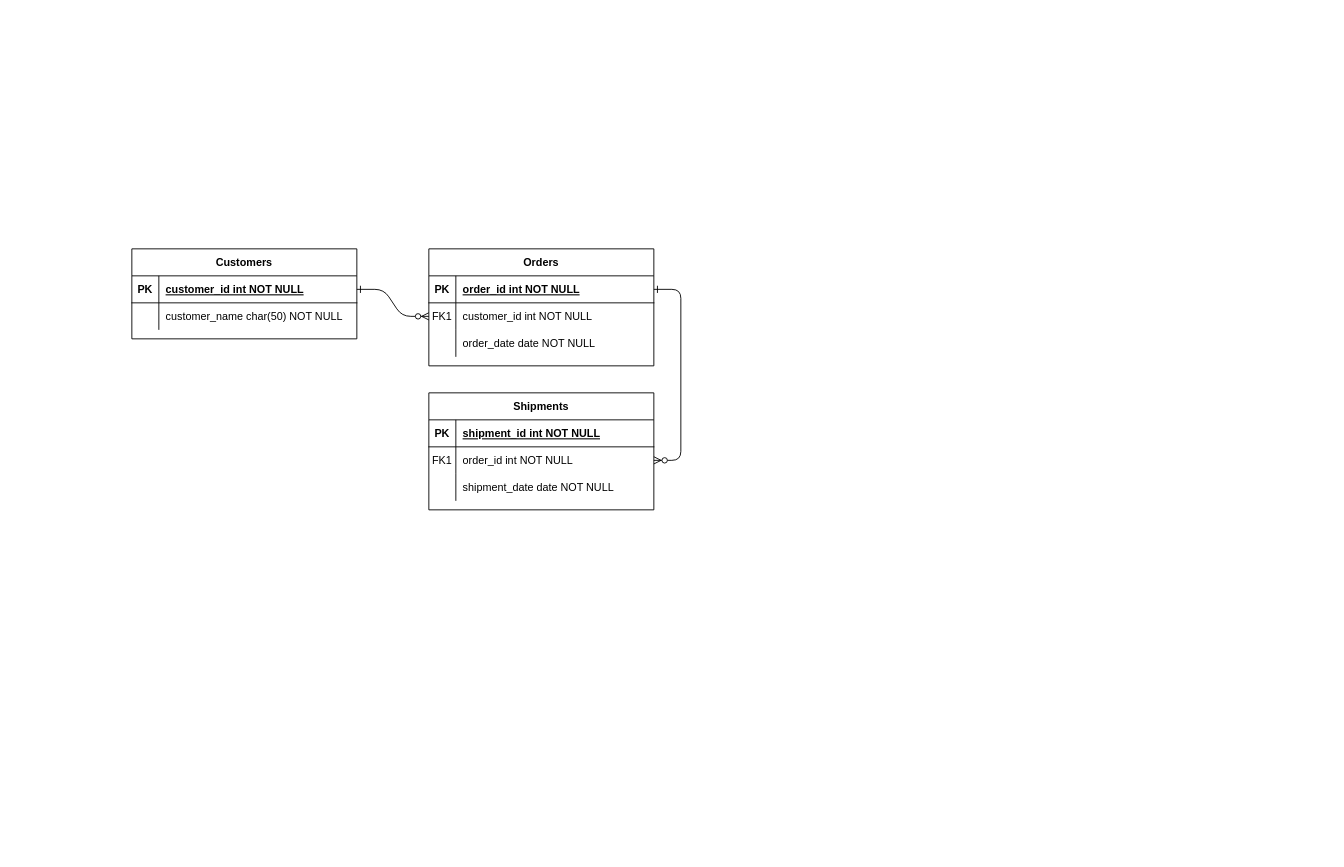
Earlier version of the draw.io diagram 未命名绘图.drawio (Hu1999824/hello-world). Source tidied: cells renumbered, new cells numbered last; positions are measured from the earlier drawing's top-left corner, leaving out a move shared by most shapes. Both pictures are drawn from the tidied source at 90%, with x=0, y=0 at pixel (131, 248).
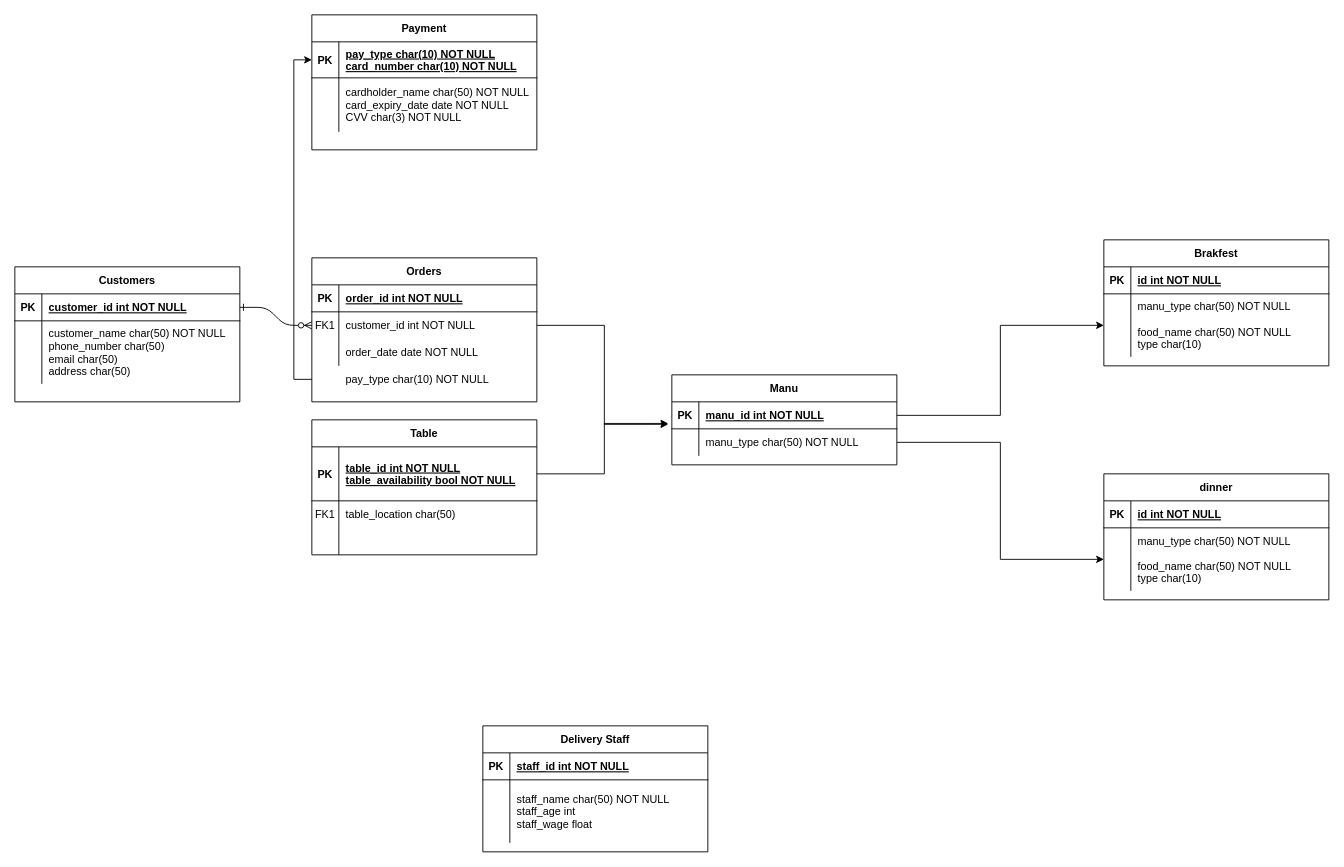
The same page after the edit.

The change refers to these unchanged cells:
```xml
<mxCell id="5" style="shape=partialRectangle;fillColor=none;points=[[0,0.5],[1,0.5]];portConstraint=eastwest;top=0;left=0;right=0;bottom=1;" parent="4" vertex="1">
  <mxGeometry y="30" width="250" height="30" as="geometry" />
</mxCell>
<mxCell id="8" style="shape=partialRectangle;fillColor=none;points=[[0,0.5],[1,0.5]];portConstraint=eastwest;top=0;left=0;right=0;bottom=0;" parent="4" vertex="1">
  <mxGeometry y="60" width="250" height="30" as="geometry" />
</mxCell>
```

What changed in the source:
```diff
@@
-    <mxCell id="3" style="edgeStyle=entityRelationEdgeStyle;endArrow=ERzeroToMany;startArrow=ERone;endFill=1;startFill=0;" parent="1" edge="1" source="5" target="18">
-      <mxGeometry relative="1" as="geometry" />
-    </mxCell>
     <mxCell id="4" value="Orders" style="shape=table;startSize=30;childLayout=tableLayout;rowLines=0;fontStyle=1;align=center;" parent="1" vertex="1">
-      <mxGeometry x="330" width="250" height="130" as="geometry" />
+      <mxGeometry x="200" y="10" width="250" height="160" as="geometry" />
     </mxCell>
@@
-    <mxCell id="14" value="Shipments" style="shape=table;startSize=30;childLayout=tableLayout;rowLines=0;fontStyle=1;align=center;" parent="1" vertex="1">
-      <mxGeometry x="330" y="160" width="250" height="130" as="geometry" />
+    <mxCell id="14" value="Table" style="shape=table;startSize=30;childLayout=tableLayout;rowLines=0;fontStyle=1;align=center;" parent="1" vertex="1">
+      <mxGeometry x="200" y="190" width="250" height="150" as="geometry" />
     </mxCell>
     <mxCell id="15" style="shape=partialRectangle;fillColor=none;points=[[0,0.5],[1,0.5]];portConstraint=eastwest;top=0;left=0;right=0;bottom=1;" parent="14" vertex="1">
-      <mxGeometry y="30" width="250" height="30" as="geometry" />
+      <mxGeometry y="30" width="250" height="60" as="geometry" />
     </mxCell>
     <mxCell id="16" value="PK" style="shape=partialRectangle;overflow=hidden;fillColor=none;top=0;left=0;bottom=0;right=0;fontStyle=1;" parent="15" vertex="1">
-      <mxGeometry width="30" height="30" as="geometry" />
+      <mxGeometry width="30" height="60" as="geometry" />
     </mxCell>
-    <mxCell id="17" value="shipment_id int NOT NULL " style="shape=partialRectangle;overflow=hidden;fillColor=none;top=0;left=0;bottom=0;right=0;align=left;spacingLeft=6;fontStyle=5;" parent="15" vertex="1">
-      <mxGeometry x="30" width="220" height="30" as="geometry" />
+    <mxCell id="17" value="table_id int NOT NULL&#10;table_availability bool NOT NULL" style="shape=partialRectangle;overflow=hidden;fillColor=none;top=0;left=0;bottom=0;right=0;align=left;spacingLeft=6;fontStyle=5;" parent="15" vertex="1">
+      <mxGeometry x="30" width="220" height="60" as="geometry" />
     </mxCell>
     <mxCell id="18" style="shape=partialRectangle;fillColor=none;points=[[0,0.5],[1,0.5]];portConstraint=eastwest;top=0;left=0;right=0;bottom=0;" parent="14" vertex="1">
-      <mxGeometry y="60" width="250" height="30" as="geometry" />
+      <mxGeometry y="90" width="250" height="30" as="geometry" />
     </mxCell>
@@
-    <mxCell id="20" value="order_id int NOT NULL" style="shape=partialRectangle;overflow=hidden;fillColor=none;top=0;left=0;bottom=0;right=0;align=left;spacingLeft=6;" parent="18" vertex="1">
+    <mxCell id="20" value="table_location char(50)" style="shape=partialRectangle;overflow=hidden;fillColor=none;top=0;left=0;bottom=0;right=0;align=left;spacingLeft=6;" parent="18" vertex="1">
       <mxGeometry x="30" width="220" height="30" as="geometry" />
     </mxCell>
     <mxCell id="21" style="shape=partialRectangle;fillColor=none;top=0;left=0;right=0;bottom=0;" parent="14" vertex="1">
-      <mxGeometry y="90" width="250" height="30" as="geometry" />
+      <mxGeometry y="120" width="250" height="30" as="geometry" />
     </mxCell>
@@
-    <mxCell id="23" value="shipment_date date NOT NULL" style="shape=partialRectangle;overflow=hidden;fillColor=none;top=0;left=0;bottom=0;right=0;align=left;spacingLeft=6;" parent="21" vertex="1">
+    <mxCell id="23" style="shape=partialRectangle;overflow=hidden;fillColor=none;top=0;left=0;bottom=0;right=0;align=left;spacingLeft=6;" parent="21" vertex="1">
       <mxGeometry x="30" width="220" height="30" as="geometry" />
     </mxCell>
     <mxCell id="24" value="Customers" style="shape=table;startSize=30;childLayout=tableLayout;rowLines=0;fontStyle=1;align=center;" parent="1" vertex="1">
-      <mxGeometry width="250" height="100" as="geometry" />
+      <mxGeometry x="-130" y="20" width="250" height="150" as="geometry" />
     </mxCell>
@@
     <mxCell id="28" style="shape=partialRectangle;fillColor=none;top=0;left=0;right=0;bottom=0;" parent="24" vertex="1">
-      <mxGeometry y="60" width="250" height="30" as="geometry" />
+      <mxGeometry y="60" width="250" height="70" as="geometry" />
     </mxCell>
     <mxCell id="29" style="shape=partialRectangle;overflow=hidden;fillColor=none;top=0;left=0;bottom=0;right=0;" parent="28" vertex="1">
-      <mxGeometry width="30" height="30" as="geometry" />
+      <mxGeometry width="30" height="70" as="geometry" />
     </mxCell>
-    <mxCell id="30" value="customer_name char(50) NOT NULL" style="shape=partialRectangle;overflow=hidden;fillColor=none;top=0;left=0;bottom=0;right=0;align=left;spacingLeft=6;" parent="28" vertex="1">
-      <mxGeometry x="30" width="220" height="30" as="geometry" />
+    <mxCell id="30" value="customer_name char(50) NOT NULL&#10;phone_number char(50)&#10;email char(50)&#10;address char(50)" style="shape=partialRectangle;overflow=hidden;fillColor=none;top=0;left=0;bottom=0;right=0;align=left;spacingLeft=6;" parent="28" vertex="1">
+      <mxGeometry x="30" width="220" height="70" as="geometry" />
     </mxCell>
+    <mxCell id="31" value="Delivery Staff" style="shape=table;startSize=30;childLayout=tableLayout;rowLines=0;fontStyle=1;align=center;" parent="1" vertex="1">
+      <mxGeometry x="390" y="530" width="250" height="140" as="geometry" />
+    </mxCell>
+    <mxCell id="32" style="shape=partialRectangle;fillColor=none;top=0;left=0;right=0;bottom=1;" parent="31" vertex="1">
+      <mxGeometry y="30" width="250" height="30" as="geometry" />
+    </mxCell>
+    <mxCell id="33" value="PK" style="shape=partialRectangle;overflow=hidden;fillColor=none;top=0;left=0;bottom=0;right=0;fontStyle=1;" parent="32" vertex="1">
+      <mxGeometry width="30" height="30" as="geometry" />
+    </mxCell>
+    <mxCell id="34" value="staff_id int NOT NULL " style="shape=partialRectangle;overflow=hidden;fillColor=none;top=0;left=0;bottom=0;right=0;align=left;spacingLeft=6;fontStyle=5;" parent="32" vertex="1">
+      <mxGeometry x="30" width="220" height="30" as="geometry" />
+    </mxCell>
+    <mxCell id="35" style="shape=partialRectangle;fillColor=none;top=0;left=0;right=0;bottom=0;" parent="31" vertex="1">
+      <mxGeometry y="60" width="250" height="70" as="geometry" />
+    </mxCell>
+    <mxCell id="36" style="shape=partialRectangle;overflow=hidden;fillColor=none;top=0;left=0;bottom=0;right=0;" parent="35" vertex="1">
+      <mxGeometry width="30" height="70" as="geometry" />
+    </mxCell>
+    <mxCell id="37" value="staff_name char(50) NOT NULL&#10;staff_age int &#10;staff_wage float" style="shape=partialRectangle;overflow=hidden;fillColor=none;top=0;left=0;bottom=0;right=0;align=left;spacingLeft=6;" parent="35" vertex="1">
+      <mxGeometry x="30" width="220" height="70" as="geometry" />
+    </mxCell>
+    <mxCell id="38" value="Manu" style="shape=table;startSize=30;childLayout=tableLayout;rowLines=0;fontStyle=1;align=center;" parent="1" vertex="1">
+      <mxGeometry x="600" y="140" width="250" height="100" as="geometry" />
+    </mxCell>
+    <mxCell id="39" style="shape=partialRectangle;fillColor=none;points=[[0,0.5],[1,0.5]];portConstraint=eastwest;top=0;left=0;right=0;bottom=1;" parent="38" vertex="1">
+      <mxGeometry y="30" width="250" height="30" as="geometry" />
+    </mxCell>
+    <mxCell id="40" value="PK" style="shape=partialRectangle;overflow=hidden;fillColor=none;top=0;left=0;bottom=0;right=0;fontStyle=1;" parent="39" vertex="1">
+      <mxGeometry width="30" height="30" as="geometry" />
+    </mxCell>
+    <mxCell id="41" value="manu_id int NOT NULL " style="shape=partialRectangle;overflow=hidden;fillColor=none;top=0;left=0;bottom=0;right=0;align=left;spacingLeft=6;fontStyle=5;" parent="39" vertex="1">
+      <mxGeometry x="30" width="220" height="30" as="geometry" />
+    </mxCell>
+    <mxCell id="42" style="shape=partialRectangle;fillColor=none;points=[[0,0.5],[1,0.5]];portConstraint=eastwest;top=0;left=0;right=0;bottom=0;" parent="38" vertex="1">
+      <mxGeometry y="60" width="250" height="30" as="geometry" />
+    </mxCell>
+    <mxCell id="43" style="shape=partialRectangle;overflow=hidden;fillColor=none;top=0;left=0;bottom=0;right=0;" parent="42" vertex="1">
+      <mxGeometry width="30" height="30" as="geometry" />
+    </mxCell>
+    <mxCell id="44" value="manu_type char(50) NOT NULL" style="shape=partialRectangle;overflow=hidden;fillColor=none;top=0;left=0;bottom=0;right=0;align=left;spacingLeft=6;" parent="42" vertex="1">
+      <mxGeometry x="30" width="220" height="30" as="geometry" />
+    </mxCell>
+    <mxCell id="45" value="Brakfest" style="shape=table;startSize=30;childLayout=tableLayout;rowLines=0;fontStyle=1;align=center;" parent="1" vertex="1">
+      <mxGeometry x="1080" y="-10" width="250" height="140" as="geometry" />
+    </mxCell>
+    <mxCell id="46" style="shape=partialRectangle;fillColor=none;top=0;left=0;right=0;bottom=1;" parent="45" vertex="1">
+      <mxGeometry y="30" width="250" height="30" as="geometry" />
+    </mxCell>
+    <mxCell id="47" value="PK" style="shape=partialRectangle;overflow=hidden;fillColor=none;top=0;left=0;bottom=0;right=0;fontStyle=1;" parent="46" vertex="1">
+      <mxGeometry width="30" height="30" as="geometry" />
+    </mxCell>
+    <mxCell id="48" value="id int NOT NULL " style="shape=partialRectangle;overflow=hidden;fillColor=none;top=0;left=0;bottom=0;right=0;align=left;spacingLeft=6;fontStyle=5;" parent="46" vertex="1">
+      <mxGeometry x="30" width="220" height="30" as="geometry" />
+    </mxCell>
+    <mxCell id="49" style="shape=partialRectangle;fillColor=none;points=[[0,0.5],[1,0.5]];portConstraint=eastwest;top=0;left=0;right=0;bottom=0;" parent="45" vertex="1">
+      <mxGeometry y="60" width="250" height="70" as="geometry" />
+    </mxCell>
+    <mxCell id="50" style="shape=partialRectangle;overflow=hidden;fillColor=none;top=0;left=0;bottom=0;right=0;" parent="49" vertex="1">
+      <mxGeometry width="30" height="70" as="geometry" />
+    </mxCell>
+    <mxCell id="51" value="manu_type char(50) NOT NULL&#10;&#10;food_name char(50) NOT NULL &#10;type char(10)" style="shape=partialRectangle;overflow=hidden;fillColor=none;top=0;left=0;bottom=0;right=0;align=left;spacingLeft=6;" parent="49" vertex="1">
+      <mxGeometry x="30" width="220" height="70" as="geometry" />
+    </mxCell>
+    <mxCell id="52" style="edgeStyle=orthogonalEdgeStyle;rounded=0;jettySize=auto;html=1;exitX=1;exitY=0.5;exitDx=0;exitDy=0;entryX=-0.016;entryY=0.8;entryDx=0;entryDy=0;entryPerimeter=0;" parent="1" edge="1" source="15" target="39">
+      <mxGeometry relative="1" as="geometry" />
+    </mxCell>
+    <mxCell id="53" style="edgeStyle=orthogonalEdgeStyle;rounded=0;jettySize=auto;html=1;entryX=-0.016;entryY=0.833;entryDx=0;entryDy=0;entryPerimeter=0;" parent="1" edge="1" source="8" target="39">
+      <mxGeometry relative="1" as="geometry" />
+    </mxCell>
+    <mxCell id="54" value="dinner" style="shape=table;startSize=30;childLayout=tableLayout;rowLines=0;fontStyle=1;align=center;" parent="1" vertex="1">
+      <mxGeometry x="1080" y="250" width="250" height="140" as="geometry" />
+    </mxCell>
+    <mxCell id="55" style="shape=partialRectangle;fillColor=none;top=0;left=0;right=0;bottom=1;" parent="54" vertex="1">
+      <mxGeometry y="30" width="250" height="30" as="geometry" />
+    </mxCell>
+    <mxCell id="56" value="PK" style="shape=partialRectangle;overflow=hidden;fillColor=none;top=0;left=0;bottom=0;right=0;fontStyle=1;" parent="55" vertex="1">
+      <mxGeometry width="30" height="30" as="geometry" />
+    </mxCell>
+    <mxCell id="57" value="id int NOT NULL " style="shape=partialRectangle;overflow=hidden;fillColor=none;top=0;left=0;bottom=0;right=0;align=left;spacingLeft=6;fontStyle=5;" parent="55" vertex="1">
+      <mxGeometry x="30" width="220" height="30" as="geometry" />
+    </mxCell>
+    <mxCell id="58" style="shape=partialRectangle;fillColor=none;points=[[0,0.5],[1,0.5]];portConstraint=eastwest;top=0;left=0;right=0;bottom=0;" parent="54" vertex="1">
+      <mxGeometry y="60" width="250" height="70" as="geometry" />
+    </mxCell>
+    <mxCell id="59" style="shape=partialRectangle;overflow=hidden;fillColor=none;top=0;left=0;bottom=0;right=0;" parent="58" vertex="1">
+      <mxGeometry width="30" height="70" as="geometry" />
+    </mxCell>
+    <mxCell id="60" value="manu_type char(50) NOT NULL&#10;&#10;food_name char(50) NOT NULL &#10;type char(10)" style="shape=partialRectangle;overflow=hidden;fillColor=none;top=0;left=0;bottom=0;right=0;align=left;spacingLeft=6;" parent="58" vertex="1">
+      <mxGeometry x="30" width="220" height="70" as="geometry" />
+    </mxCell>
+    <mxCell id="61" style="edgeStyle=orthogonalEdgeStyle;rounded=0;jettySize=auto;html=1;exitX=1;exitY=0.5;exitDx=0;exitDy=0;" parent="1" edge="1" source="39" target="49">
+      <mxGeometry relative="1" as="geometry" />
+    </mxCell>
+    <mxCell id="62" style="edgeStyle=orthogonalEdgeStyle;rounded=0;jettySize=auto;html=1;exitX=1;exitY=0.5;exitDx=0;exitDy=0;" parent="1" edge="1" source="42" target="58">
+      <mxGeometry relative="1" as="geometry" />
+    </mxCell>
+    <mxCell id="63" style="edgeStyle=orthogonalEdgeStyle;rounded=0;jettySize=auto;html=1;exitX=0;exitY=0.5;exitDx=0;exitDy=0;entryX=0;entryY=0.5;entryDx=0;entryDy=0;" parent="1" edge="1" source="64" target="68">
+      <mxGeometry relative="1" as="geometry" />
+    </mxCell>
+    <mxCell id="64" style="shape=partialRectangle;fillColor=none;points=[[0,0.5],[1,0.5]];portConstraint=eastwest;top=0;left=0;right=0;bottom=0;" parent="1" vertex="1">
+      <mxGeometry x="200" y="130" width="250" height="30" as="geometry" />
+    </mxCell>
+    <mxCell id="65" style="shape=partialRectangle;overflow=hidden;fillColor=none;top=0;left=0;bottom=0;right=0;" parent="64" vertex="1">
+      <mxGeometry width="30" height="30" as="geometry" />
+    </mxCell>
+    <mxCell id="66" value="pay_type char(10) NOT NULL" style="shape=partialRectangle;overflow=hidden;fillColor=none;top=0;left=0;bottom=0;right=0;align=left;spacingLeft=6;" parent="64" vertex="1">
+      <mxGeometry x="30" width="220" height="30" as="geometry" />
+    </mxCell>
+    <mxCell id="67" value="Payment" style="shape=table;startSize=30;childLayout=tableLayout;rowLines=0;fontStyle=1;align=center;" parent="1" vertex="1">
+      <mxGeometry x="200" y="-260" width="250" height="150" as="geometry" />
+    </mxCell>
+    <mxCell id="68" style="shape=partialRectangle;fillColor=none;points=[[0,0.5],[1,0.5]];portConstraint=eastwest;top=0;left=0;right=0;bottom=1;" parent="67" vertex="1">
+      <mxGeometry y="30" width="250" height="40" as="geometry" />
+    </mxCell>
+    <mxCell id="69" value="PK" style="shape=partialRectangle;overflow=hidden;fillColor=none;top=0;left=0;bottom=0;right=0;fontStyle=1;" parent="68" vertex="1">
+      <mxGeometry width="30" height="40" as="geometry" />
+    </mxCell>
+    <mxCell id="70" value="pay_type char(10) NOT NULL&#10;card_number char(10) NOT NULL" style="shape=partialRectangle;overflow=hidden;fillColor=none;top=0;left=0;bottom=0;right=0;align=left;spacingLeft=6;fontStyle=5;" parent="68" vertex="1">
+      <mxGeometry x="30" width="220" height="40" as="geometry" />
+    </mxCell>
+    <mxCell id="71" style="shape=partialRectangle;fillColor=none;top=0;left=0;right=0;bottom=0;" parent="67" vertex="1">
+      <mxGeometry y="70" width="250" height="60" as="geometry" />
+    </mxCell>
+    <mxCell id="72" style="shape=partialRectangle;overflow=hidden;fillColor=none;top=0;left=0;bottom=0;right=0;" parent="71" vertex="1">
+      <mxGeometry width="30" height="60" as="geometry" />
+    </mxCell>
+    <mxCell id="73" value="cardholder_name char(50) NOT NULL&#10;card_expiry_date date NOT NULL&#10;CVV char(3) NOT NULL" style="shape=partialRectangle;overflow=hidden;fillColor=none;top=0;left=0;bottom=0;right=0;align=left;spacingLeft=6;" parent="71" vertex="1">
+      <mxGeometry x="30" width="220" height="60" as="geometry" />
+    </mxCell>
```
